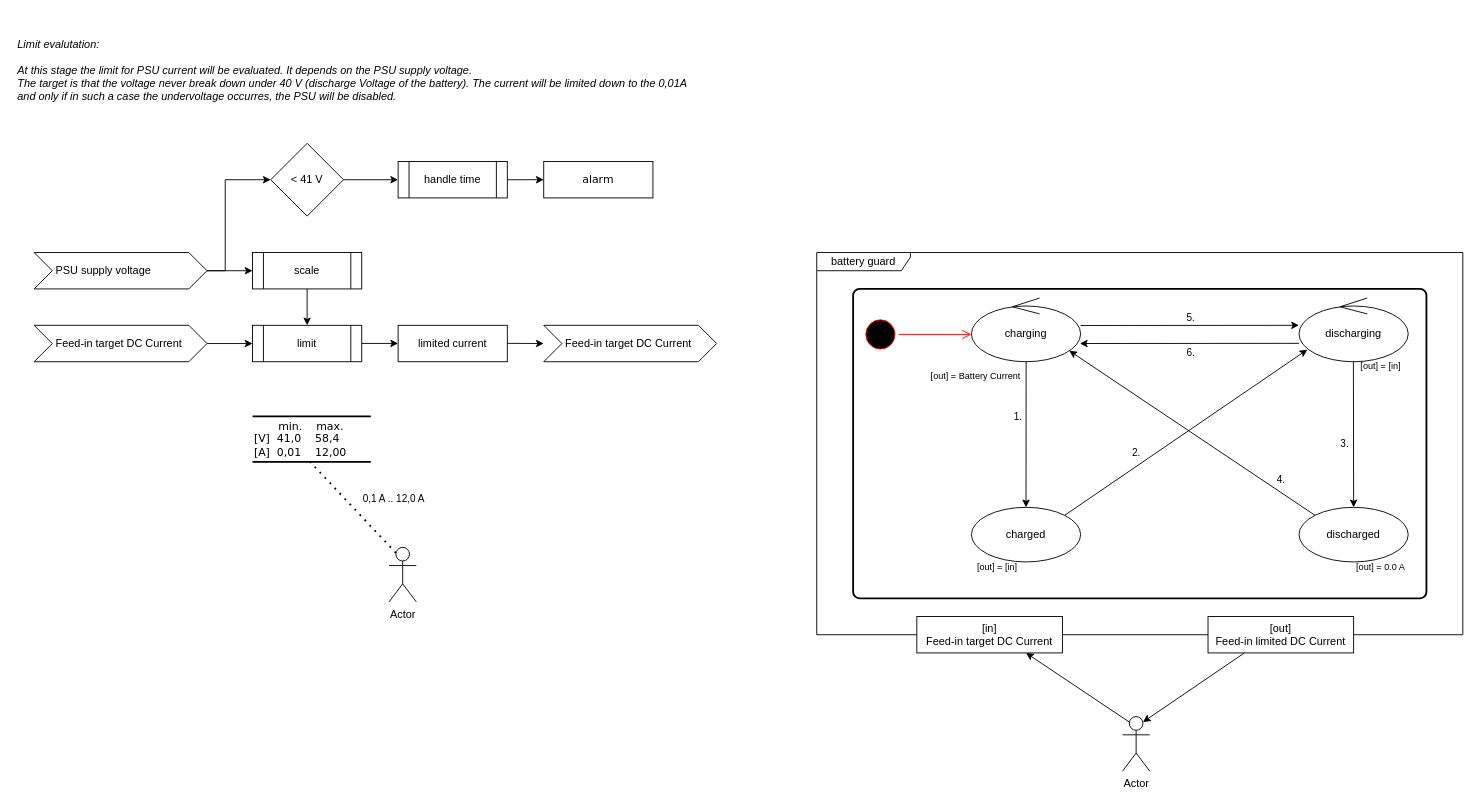
This is page "battery guard" (1 of 4) of docs/images/pvzero.drawio from JoTid/PVZero, a draw.io file, before an edit. Source tidied: cells renumbered, new cells numbered last; positions are measured from the earlier drawing's top-left corner, leaving out a move shared by most shapes. Both pictures are drawn from the tidied source at 91%, with x=0, y=0 at pixel (15, 15).
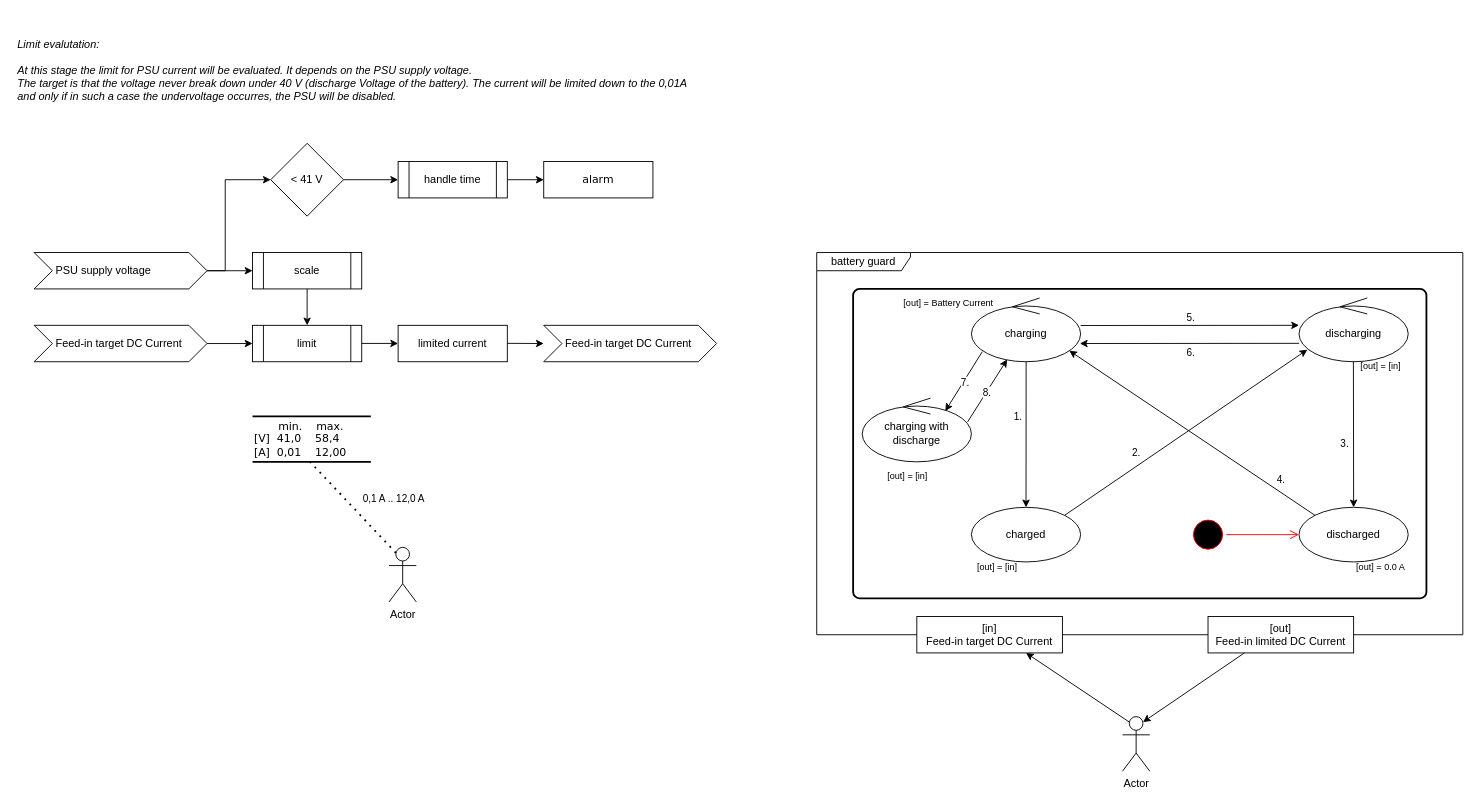
After the change.

Unchanged cells that the change refers to:
```xml
<mxCell id="26" value="charging" style="ellipse;shape=umlControl;whiteSpace=wrap;html=1;" parent="1" vertex="1">
  <mxGeometry x="1050" y="310" width="120" height="70" as="geometry" />
</mxCell>
```

Change to the diagram source:
```diff
@@
-    <mxCell id="30" style="ellipse;html=1;shape=startState;fillColor=#000000;strokeColor=#ff0000;" parent="1" vertex="1">
-      <mxGeometry x="930" y="330" width="40" height="40" as="geometry" />
-    </mxCell>
-    <mxCell id="31" style="edgeStyle=orthogonalEdgeStyle;html=1;verticalAlign=bottom;endArrow=open;endSize=8;strokeColor=#ff0000;rounded=0;" parent="1" edge="1" source="30">
-      <mxGeometry relative="1" as="geometry">
-        <mxPoint x="1050" y="350" as="targetPoint" />
-      </mxGeometry>
-    </mxCell>
@@
     <mxCell id="52" value="[out] = Battery Current" style="text;whiteSpace=wrap;spacing=0;fontSize=10;align=center;verticalAlign=middle;" parent="1" vertex="1">
-      <mxGeometry x="1000" y="380" width="110" height="30" as="geometry" />
+      <mxGeometry x="970" y="300" width="110" height="30" as="geometry" />
     </mxCell>
+    <mxCell id="53" value="charging with discharge" style="ellipse;shape=umlControl;whiteSpace=wrap;html=1;" parent="1" vertex="1">
+      <mxGeometry x="930" y="420" width="120" height="70" as="geometry" />
+    </mxCell>
+    <mxCell id="54" style="endArrow=classic;html=1;rounded=0;exitX=0.099;exitY=0.843;exitDx=0;exitDy=0;exitPerimeter=0;entryX=0.761;entryY=0.202;entryDx=0;entryDy=0;entryPerimeter=0;" parent="1" edge="1" source="26" target="53">
+      <mxGeometry relative="1" as="geometry" />
+    </mxCell>
+    <mxCell id="55" value="7." style="edgeLabel;html=1;align=center;verticalAlign=middle;" parent="54" vertex="1">
+      <mxGeometry x="0.01" y="1" relative="1" as="geometry" />
+    </mxCell>
+    <mxCell id="56" style="endArrow=classic;html=1;rounded=0;entryX=0.327;entryY=0.965;entryDx=0;entryDy=0;entryPerimeter=0;exitX=0.965;exitY=0.373;exitDx=0;exitDy=0;exitPerimeter=0;" parent="1" edge="1" source="53" target="26">
+      <mxGeometry relative="1" as="geometry" />
+    </mxCell>
+    <mxCell id="57" value="8." style="edgeLabel;html=1;align=center;verticalAlign=middle;" parent="56" vertex="1">
+      <mxGeometry x="-0.03" relative="1" as="geometry" />
+    </mxCell>
+    <mxCell id="58" style="ellipse;html=1;shape=startState;fillColor=#000000;strokeColor=#ff0000;" parent="1" vertex="1">
+      <mxGeometry x="1290" y="550" width="40" height="40" as="geometry" />
+    </mxCell>
+    <mxCell id="59" style="edgeStyle=orthogonalEdgeStyle;html=1;verticalAlign=bottom;endArrow=open;endSize=8;strokeColor=#ff0000;rounded=0;" parent="1" edge="1" source="58">
+      <mxGeometry relative="1" as="geometry">
+        <mxPoint x="1410" y="570" as="targetPoint" />
+      </mxGeometry>
+    </mxCell>
+    <mxCell id="60" value="[out] = [in]" style="text;whiteSpace=wrap;spacing=0;fontSize=10;align=center;verticalAlign=middle;" parent="1" vertex="1">
+      <mxGeometry x="950" y="490" width="60" height="30" as="geometry" />
+    </mxCell>
```
